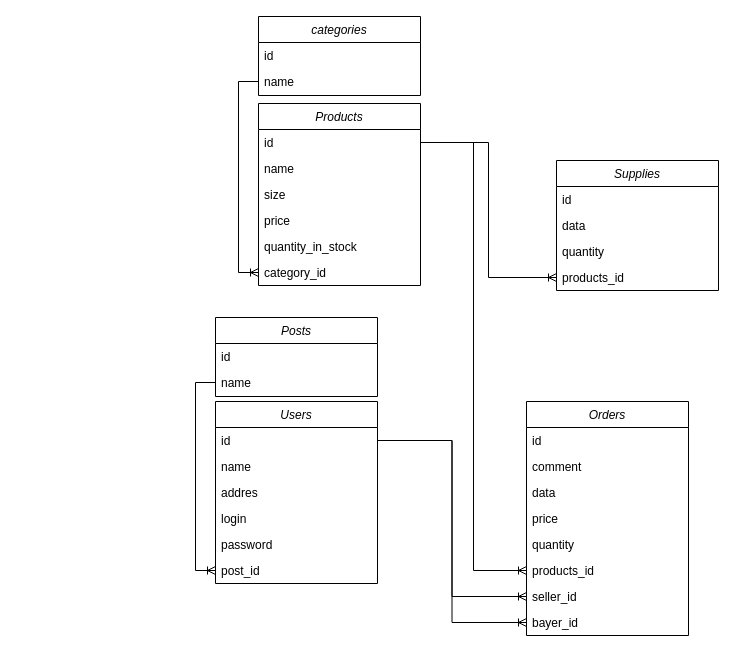
The draw.io diagram DOC/database.drawio in Danyfff/Diplom_APP, before the edit. Source tidied: cells renumbered, new cells numbered last; positions are measured from the earlier drawing's top-left corner, leaving out a move shared by most shapes. Both pictures are drawn from the tidied source at 100%, with x=0, y=0 at pixel (215, 16).
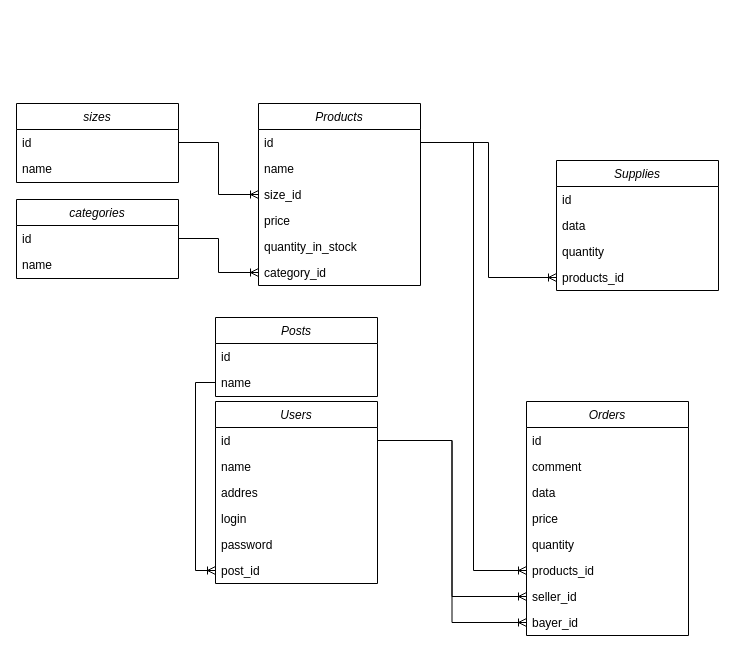
Above is the later version.

Unchanged cells that the change refers to:
```xml
<mxCell id="13" value="Products" style="swimlane;fontStyle=2;align=center;verticalAlign=top;horizontal=1;startSize=26;rounded=0;shadow=0;strokeWidth=1;" parent="1" vertex="1">
  <mxGeometry x="43" y="87" width="162" height="182" as="geometry" />
</mxCell>
<mxCell id="19" value="category_id" style="text;align=left;verticalAlign=top;spacingLeft=4;spacingRight=4;overflow=hidden;points=[[0,0.5],[1,0.5]];portConstraint=eastwest;" parent="13" vertex="1">
  <mxGeometry y="156" width="162" height="26" as="geometry" />
</mxCell>
<mxCell id="21" value="id" style="text;align=left;verticalAlign=top;spacingLeft=4;spacingRight=4;overflow=hidden;points=[[0,0.5],[1,0.5]];portConstraint=eastwest;rounded=0;shadow=0;html=0;" parent="20" vertex="1">
  <mxGeometry y="26" width="162" height="26" as="geometry" />
</mxCell>
<mxCell id="22" value="name" style="text;align=left;verticalAlign=top;spacingLeft=4;spacingRight=4;overflow=hidden;points=[[0,0.5],[1,0.5]];portConstraint=eastwest;" parent="20" vertex="1">
  <mxGeometry y="52" width="162" height="26" as="geometry" />
</mxCell>
```

The edit, as a diff of the source:
```diff
@@
-    <mxCell id="16" value="size" style="text;align=left;verticalAlign=top;spacingLeft=4;spacingRight=4;overflow=hidden;points=[[0,0.5],[1,0.5]];portConstraint=eastwest;rounded=0;shadow=0;html=0;" parent="13" vertex="1">
+    <mxCell id="16" value="size_id" style="text;align=left;verticalAlign=top;spacingLeft=4;spacingRight=4;overflow=hidden;points=[[0,0.5],[1,0.5]];portConstraint=eastwest;rounded=0;shadow=0;html=0;" parent="13" vertex="1">
       <mxGeometry y="78" width="162" height="26" as="geometry" />
     </mxCell>
@@
     <mxCell id="20" value="categories" style="swimlane;fontStyle=2;align=center;verticalAlign=top;horizontal=1;startSize=26;rounded=0;shadow=0;strokeWidth=1;" parent="1" vertex="1">
-      <mxGeometry x="43" width="162" height="79" as="geometry" />
+      <mxGeometry x="-199" y="183" width="162" height="79" as="geometry" />
     </mxCell>
@@
-    <mxCell id="23" style="edgeStyle=orthogonalEdgeStyle;rounded=0;jettySize=auto;html=1;exitX=0;exitY=0.5;exitDx=0;exitDy=0;entryX=0;entryY=0.5;entryDx=0;entryDy=0;endArrow=ERoneToMany;endFill=0;" parent="1" edge="1" source="22" target="19">
+    <mxCell id="23" style="edgeStyle=orthogonalEdgeStyle;rounded=0;jettySize=auto;html=1;exitX=1;exitY=0.5;exitDx=0;exitDy=0;entryX=0;entryY=0.5;entryDx=0;entryDy=0;endArrow=ERoneToMany;endFill=0;" parent="1" edge="1" source="21" target="19">
       <mxGeometry relative="1" as="geometry" />
     </mxCell>
@@
+    <mxCell id="42" value="sizes" style="swimlane;fontStyle=2;align=center;verticalAlign=top;horizontal=1;startSize=26;rounded=0;shadow=0;strokeWidth=1;" parent="1" vertex="1">
+      <mxGeometry x="-199" y="87" width="162" height="79" as="geometry" />
+    </mxCell>
+    <mxCell id="43" value="id" style="text;align=left;verticalAlign=top;spacingLeft=4;spacingRight=4;overflow=hidden;points=[[0,0.5],[1,0.5]];portConstraint=eastwest;rounded=0;shadow=0;html=0;" parent="42" vertex="1">
+      <mxGeometry y="26" width="162" height="26" as="geometry" />
+    </mxCell>
+    <mxCell id="44" value="name" style="text;align=left;verticalAlign=top;spacingLeft=4;spacingRight=4;overflow=hidden;" parent="42" vertex="1">
+      <mxGeometry y="52" width="162" height="26" as="geometry" />
+    </mxCell>
+    <mxCell id="45" style="edgeStyle=orthogonalEdgeStyle;rounded=0;jettySize=auto;html=1;exitX=1;exitY=0.5;exitDx=0;exitDy=0;endArrow=ERoneToMany;endFill=0;" parent="1" edge="1" source="43" target="16">
+      <mxGeometry relative="1" as="geometry" />
+    </mxCell>
```
